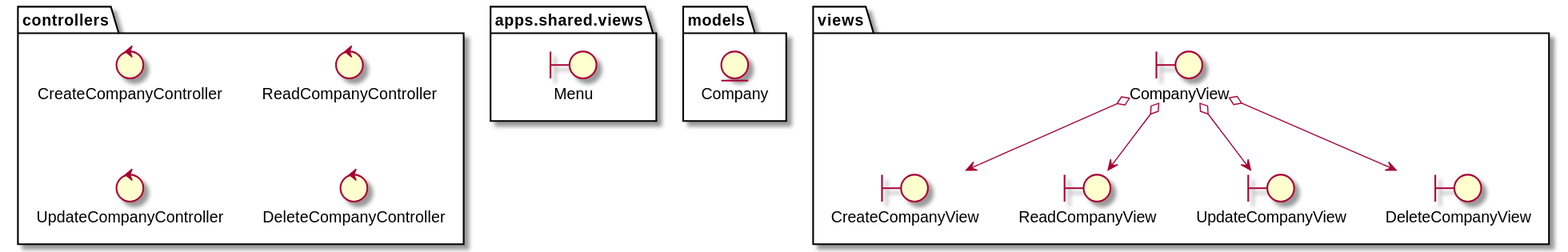
Earlier version of the PlantUML export docs/src/logicView/analysis/architecture/packages.svg (jumpering/pestmonitors). Source of this version:
```plantuml
@startuml Packages
  package apps.shared.views {
    boundary Menu
  }

 package models{
      entity Company
    }

  package controllers{
    control CreateCompanyController
    control ReadCompanyController
    control UpdateCompanyController
    control DeleteCompanyController
  }

  package views{
    boundary CompanyView
    boundary CreateCompanyView
    boundary ReadCompanyView
    boundary UpdateCompanyView
    boundary DeleteCompanyView
    CompanyView o-->CreateCompanyView
    CompanyView o-->ReadCompanyView
    CompanyView o-->UpdateCompanyView
    CompanyView o-->DeleteCompanyView
  }

@enduml
```
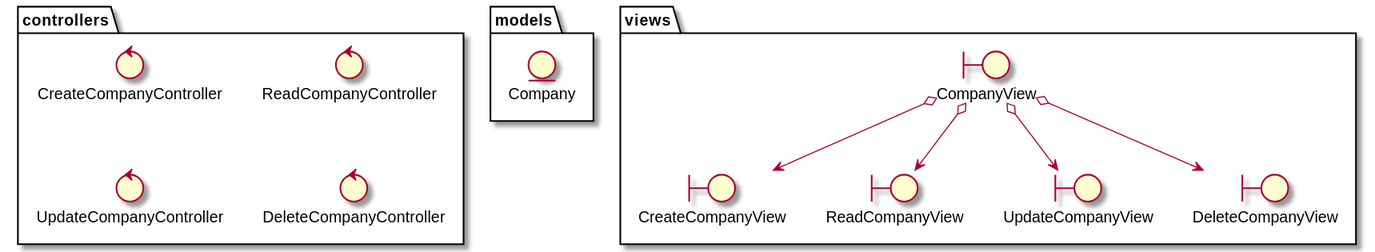
Later version of the same file.

Commit message:
documentation and restructured folders 4+1views

The edit, as a diff of the source:
```diff
@@ -1,7 +1,4 @@
 @startuml Packages
-  package apps.shared.views {
-    boundary Menu
-  }
 
  package models{
       entity Company
```
